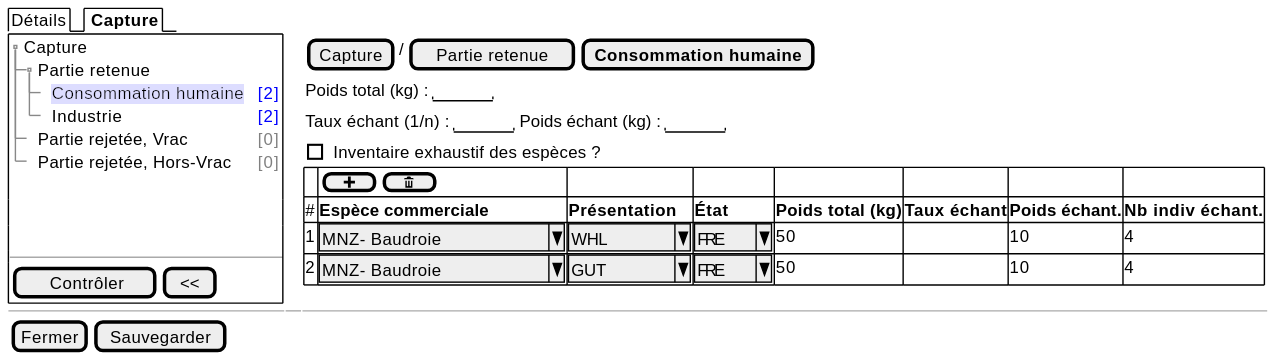
This is projects/obsmer/spe/images/batch/batch-tree-PR-HUC.svg from sumaris-net/sumaris-doc, a PlantUML export, as it was before one commit. Its source is kept beside it as projects/obsmer/spe/images/batch/batch-tree-PR-HUC.puml.
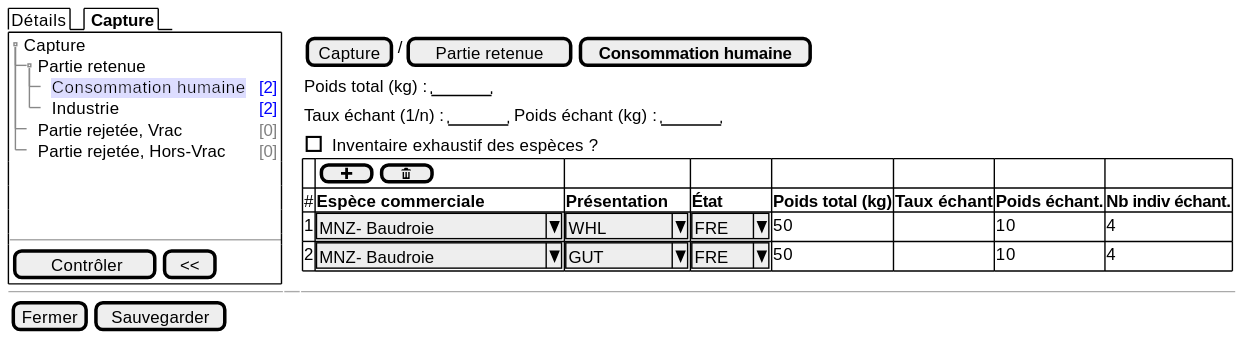
After the change.

The edit, as a diff of the source:
```diff
@@ -4,7 +4,7 @@
   {+
    {T
        + Capture    | .
-       ++ Partie retenue       | .
+       ++ Partie retenue       | <color:blue>[4]
        +++ <back:#DDF>Consommation humaine | <color:blue>[2]
        +++ Industrie | <color:blue>[2]
        ++ Partie rejetée, Vrac | <color:gray>[0]
```
